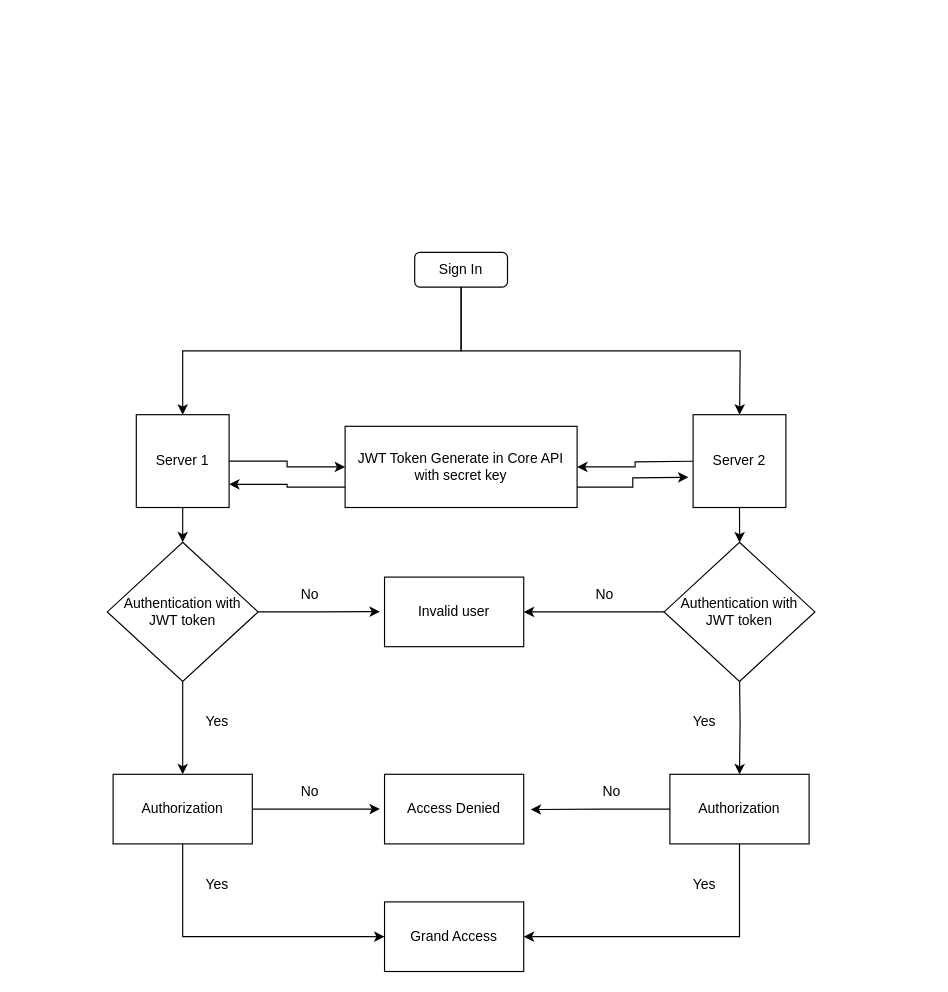
Above: page "Authentication Core API" (5 of 8) of PowerHCM.drawio in triconlabs/Documentation (draw.io), before the change. Source tidied: cells renumbered, new cells numbered last; positions are measured from the earlier drawing's top-left corner, leaving out a move shared by most shapes. Both pictures are drawn from the tidied source at 116%, with x=0, y=0 at pixel (107, 252).
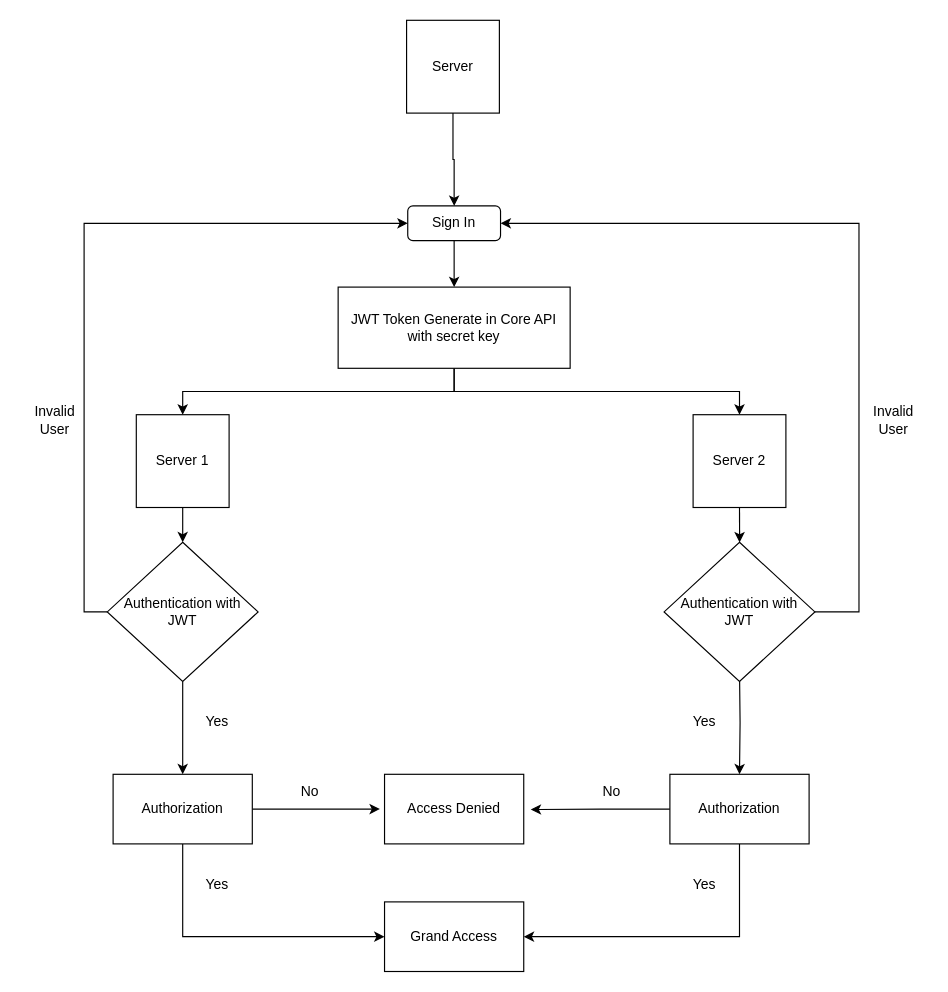
The same diagram, later.

Unchanged cells that the change refers to:
```xml
<mxCell id="7" value="Server 1" style="whiteSpace=wrap;html=1;" parent="1" vertex="1">
  <mxGeometry x="25" y="140" width="80" height="80" as="geometry" />
</mxCell>
<mxCell id="33" value="Server 2" style="whiteSpace=wrap;html=1;" parent="1" vertex="1">
  <mxGeometry x="505" y="140" width="80" height="80" as="geometry" />
</mxCell>
```

Diff of the diagram source:
```diff
@@
+    <mxCell id="11" style="edgeStyle=orthogonalEdgeStyle;rounded=0;jettySize=auto;html=1;exitX=0.5;exitY=1;exitDx=0;exitDy=0;entryX=0.5;entryY=0;entryDx=0;entryDy=0;" parent="1" edge="1" source="2" target="7">
+      <mxGeometry relative="1" as="geometry">
+        <Array as="points">
+          <mxPoint x="299" y="120" />
+          <mxPoint x="65" y="120" />
+        </Array>
+      </mxGeometry>
+    </mxCell>
+    <mxCell id="37" style="edgeStyle=orthogonalEdgeStyle;rounded=0;jettySize=auto;html=1;exitX=0.5;exitY=1;exitDx=0;exitDy=0;entryX=0.5;entryY=0;entryDx=0;entryDy=0;" parent="1" edge="1" source="2" target="33">
+      <mxGeometry relative="1" as="geometry" />
+    </mxCell>
     <mxCell id="2" value="JWT Token Generate in Core API with secret key" style="rounded=0;whiteSpace=wrap;html=1;" parent="1" vertex="1">
-      <mxGeometry x="205" y="150" width="200" height="70" as="geometry" />
+      <mxGeometry x="199" y="30" width="200" height="70" as="geometry" />
     </mxCell>
-    <mxCell id="3" style="edgeStyle=orthogonalEdgeStyle;rounded=0;jettySize=auto;html=1;" parent="1" edge="1" target="2">
-      <mxGeometry relative="1" as="geometry">
-        <mxPoint x="505" y="180.1" as="sourcePoint" />
-      </mxGeometry>
-    </mxCell>
@@
-    <mxCell id="5" style="edgeStyle=orthogonalEdgeStyle;rounded=0;jettySize=auto;html=1;entryX=0;entryY=0.5;entryDx=0;entryDy=0;" parent="1" edge="1" source="7" target="2">
-      <mxGeometry relative="1" as="geometry" />
-    </mxCell>
@@
-    <mxCell id="8" style="edgeStyle=orthogonalEdgeStyle;rounded=0;jettySize=auto;html=1;exitX=0.5;exitY=1;exitDx=0;exitDy=0;entryX=0.5;entryY=0;entryDx=0;entryDy=0;" parent="1" edge="1" source="10" target="7">
-      <mxGeometry relative="1" as="geometry" />
-    </mxCell>
-    <mxCell id="9" style="edgeStyle=orthogonalEdgeStyle;rounded=0;jettySize=auto;html=1;exitX=0.5;exitY=1;exitDx=0;exitDy=0;" parent="1" edge="1" source="10">
-      <mxGeometry relative="1" as="geometry">
-        <mxPoint x="545.1" y="140" as="targetPoint" />
-      </mxGeometry>
-    </mxCell>
+    <mxCell id="38" style="edgeStyle=orthogonalEdgeStyle;rounded=0;jettySize=auto;html=1;exitX=0.5;exitY=1;exitDx=0;exitDy=0;" parent="1" edge="1" source="10" target="2">
+      <mxGeometry relative="1" as="geometry" />
+    </mxCell>
     <mxCell id="10" value="Sign In" style="rounded=1;whiteSpace=wrap;html=1;" parent="1" vertex="1">
-      <mxGeometry x="265" width="80" height="30" as="geometry" />
+      <mxGeometry x="259" y="-40" width="80" height="30" as="geometry" />
     </mxCell>
-    <mxCell id="11" style="edgeStyle=orthogonalEdgeStyle;rounded=0;jettySize=auto;html=1;exitX=0;exitY=0.75;exitDx=0;exitDy=0;entryX=1;entryY=0.75;entryDx=0;entryDy=0;" parent="1" edge="1" source="2" target="7">
-      <mxGeometry relative="1" as="geometry" />
-    </mxCell>
-    <mxCell id="12" style="edgeStyle=orthogonalEdgeStyle;rounded=0;jettySize=auto;html=1;exitX=1;exitY=0.75;exitDx=0;exitDy=0;entryX=-0.05;entryY=0.675;entryDx=0;entryDy=0;entryPerimeter=0;" parent="1" edge="1" source="2">
-      <mxGeometry relative="1" as="geometry">
-        <mxPoint x="501" y="194" as="targetPoint" />
-      </mxGeometry>
-    </mxCell>
@@
-    <mxCell id="14" style="edgeStyle=orthogonalEdgeStyle;rounded=0;jettySize=auto;html=1;exitX=1;exitY=0.5;exitDx=0;exitDy=0;" parent="1" edge="1" source="15">
-      <mxGeometry relative="1" as="geometry">
-        <mxPoint x="235" y="309.8" as="targetPoint" />
-      </mxGeometry>
-    </mxCell>
+    <mxCell id="39" style="edgeStyle=orthogonalEdgeStyle;rounded=0;jettySize=auto;html=1;exitX=0;exitY=0.5;exitDx=0;exitDy=0;entryX=0;entryY=0.5;entryDx=0;entryDy=0;" parent="1" edge="1" source="15" target="10">
+      <mxGeometry relative="1" as="geometry" />
+    </mxCell>
-    <mxCell id="15" value="Authentication with JWT token" style="rhombus;whiteSpace=wrap;html=1;" parent="1" vertex="1">
+    <mxCell id="15" value="Authentication with JWT" style="rhombus;whiteSpace=wrap;html=1;" parent="1" vertex="1">
       <mxGeometry y="250" width="130" height="120" as="geometry" />
     </mxCell>
@@
-    <mxCell id="23" style="edgeStyle=orthogonalEdgeStyle;rounded=0;jettySize=auto;html=1;exitX=0;exitY=0.5;exitDx=0;exitDy=0;entryX=1;entryY=0.5;entryDx=0;entryDy=0;" parent="1" edge="1" source="24" target="25">
-      <mxGeometry relative="1" as="geometry" />
-    </mxCell>
+    <mxCell id="40" style="edgeStyle=orthogonalEdgeStyle;rounded=0;jettySize=auto;html=1;exitX=1;exitY=0.5;exitDx=0;exitDy=0;entryX=1;entryY=0.5;entryDx=0;entryDy=0;" parent="1" edge="1" source="24" target="10">
+      <mxGeometry relative="1" as="geometry">
+        <Array as="points">
+          <mxPoint x="648" y="310" />
+          <mxPoint x="648" y="-25" />
+        </Array>
+      </mxGeometry>
+    </mxCell>
-    <mxCell id="24" value="Authentication with JWT token" style="rhombus;whiteSpace=wrap;html=1;" parent="1" vertex="1">
+    <mxCell id="24" value="Authentication with JWT" style="rhombus;whiteSpace=wrap;html=1;" parent="1" vertex="1">
       <mxGeometry x="480" y="250" width="130" height="120" as="geometry" />
     </mxCell>
-    <mxCell id="25" value="Invalid user" style="rounded=0;whiteSpace=wrap;html=1;" parent="1" vertex="1">
-      <mxGeometry x="239" y="280" width="120" height="60" as="geometry" />
-    </mxCell>
-    <mxCell id="26" value="No" style="text;html=1;align=center;verticalAlign=middle;whiteSpace=wrap;rounded=0;" parent="1" vertex="1">
-      <mxGeometry x="145" y="280" width="60" height="30" as="geometry" />
-    </mxCell>
@@
-    <mxCell id="29" value="No" style="text;html=1;align=center;verticalAlign=middle;whiteSpace=wrap;rounded=0;" parent="1" vertex="1">
-      <mxGeometry x="399" y="280" width="60" height="30" as="geometry" />
-    </mxCell>
@@
+    <mxCell id="41" value="Invalid User" style="text;html=1;align=center;verticalAlign=middle;whiteSpace=wrap;rounded=0;" parent="1" vertex="1">
+      <mxGeometry x="-75" y="130" width="60" height="30" as="geometry" />
+    </mxCell>
+    <mxCell id="42" value="Invalid User" style="text;html=1;align=center;verticalAlign=middle;whiteSpace=wrap;rounded=0;" parent="1" vertex="1">
+      <mxGeometry x="648" y="130" width="60" height="30" as="geometry" />
+    </mxCell>
+    <mxCell id="43" style="edgeStyle=orthogonalEdgeStyle;rounded=0;jettySize=auto;html=1;exitX=0.5;exitY=1;exitDx=0;exitDy=0;" parent="1" edge="1" source="44" target="10">
+      <mxGeometry relative="1" as="geometry" />
+    </mxCell>
+    <mxCell id="44" value="Server" style="whiteSpace=wrap;html=1;" parent="1" vertex="1">
+      <mxGeometry x="258" y="-200" width="80" height="80" as="geometry" />
+    </mxCell>
```
